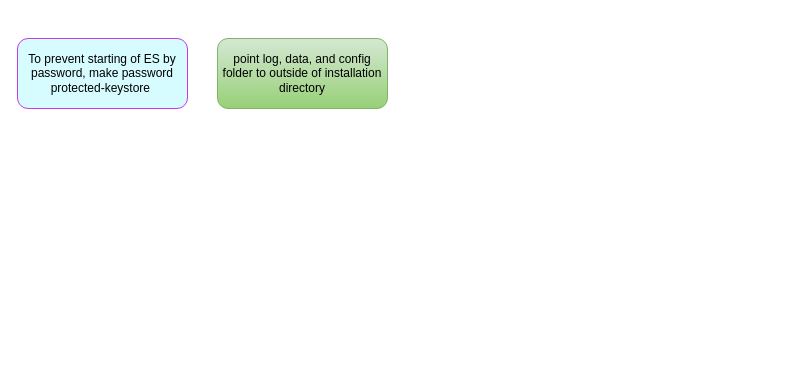
Before: page "Cluster Process" (2 of 9) of My Articles/elastic stack/ElasticSearch setup and configuration.drawio in paramothers/books, a draw.io diagram. Source tidied: cells renumbered, new cells numbered last; positions are measured from the earlier drawing's top-left corner, leaving out a move shared by most shapes. Both pictures are drawn from the tidied source at 100%, with x=0, y=0 at pixel (17, 38).
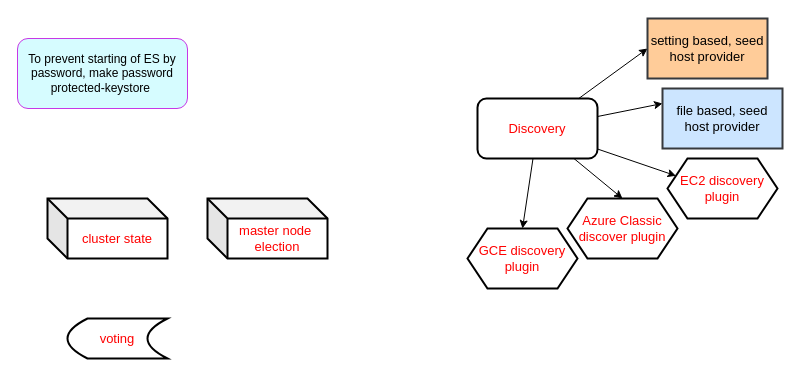
Above is the later version.

The edit, as a diff of the source:
```diff
@@
 <mxGraphModel>
   <root>
     <mxCell id="0" />
     <mxCell id="1" parent="0" />
     <mxCell id="2" value="To prevent starting of ES by password, make password protected-keystore&amp;nbsp;" style="rounded=1;whiteSpace=wrap;html=1;strokeColor=#C738E6;strokeWidth=1;fillColor=#D6FCFF;" parent="1" vertex="1">
       <mxGeometry width="170" height="70" as="geometry" />
     </mxCell>
-    <mxCell id="3" value="point log, data, and config folder to outside of installation directory" style="rounded=1;whiteSpace=wrap;html=1;strokeColor=#82b366;strokeWidth=1;fillColor=#d5e8d4;gradientColor=#97d077;" parent="1" vertex="1">
-      <mxGeometry x="200" width="170" height="70" as="geometry" />
-    </mxCell>
+    <mxCell id="4" style="edgeStyle=none;rounded=0;jettySize=auto;html=1;entryX=0;entryY=0.5;entryDx=0;entryDy=0;startArrow=none;startFill=0;strokeColor=#000000;strokeWidth=1;fontSize=13;fontColor=#FF0000;" parent="1" edge="1" source="9" target="10">
+      <mxGeometry relative="1" as="geometry" />
+    </mxCell>
+    <mxCell id="5" style="edgeStyle=none;rounded=0;jettySize=auto;html=1;entryX=0;entryY=0.25;entryDx=0;entryDy=0;startArrow=none;startFill=0;strokeColor=#000000;strokeWidth=1;fontSize=13;fontColor=#FF0000;" parent="1" edge="1" source="9" target="11">
+      <mxGeometry relative="1" as="geometry" />
+    </mxCell>
+    <mxCell id="6" style="edgeStyle=none;rounded=0;jettySize=auto;html=1;entryX=0;entryY=0.25;entryDx=0;entryDy=0;startArrow=none;startFill=0;strokeColor=#000000;strokeWidth=1;fontSize=13;fontColor=#FF0000;" parent="1" edge="1" source="9" target="12">
+      <mxGeometry relative="1" as="geometry" />
+    </mxCell>
+    <mxCell id="7" style="edgeStyle=none;rounded=0;jettySize=auto;html=1;entryX=0.5;entryY=0;entryDx=0;entryDy=0;startArrow=none;startFill=0;strokeColor=#000000;strokeWidth=1;fontSize=13;fontColor=#FF0000;" parent="1" edge="1" source="9" target="13">
+      <mxGeometry relative="1" as="geometry" />
+    </mxCell>
+    <mxCell id="8" style="edgeStyle=none;rounded=0;jettySize=auto;html=1;entryX=0.5;entryY=0;entryDx=0;entryDy=0;startArrow=none;startFill=0;strokeColor=#000000;strokeWidth=1;fontSize=13;fontColor=#FF0000;" parent="1" edge="1" source="9" target="14">
+      <mxGeometry relative="1" as="geometry" />
+    </mxCell>
+    <mxCell id="9" value="Discovery" style="rounded=1;whiteSpace=wrap;html=1;labelBackgroundColor=none;strokeColor=#000000;strokeWidth=2;fillColor=none;fontSize=13;fontColor=#FF0000;" parent="1" vertex="1">
+      <mxGeometry x="460" y="60" width="120" height="60" as="geometry" />
+    </mxCell>
+    <mxCell id="10" value="setting based, seed host provider" style="rounded=0;whiteSpace=wrap;html=1;labelBackgroundColor=none;strokeColor=#36393d;strokeWidth=2;fillColor=#ffcc99;fontSize=13;" parent="1" vertex="1">
+      <mxGeometry x="630" y="-20" width="120" height="60" as="geometry" />
+    </mxCell>
+    <mxCell id="11" value="file based, seed host provider" style="rounded=0;whiteSpace=wrap;html=1;labelBackgroundColor=none;strokeColor=#36393d;strokeWidth=2;fillColor=#cce5ff;fontSize=13;" parent="1" vertex="1">
+      <mxGeometry x="645" y="50" width="120" height="60" as="geometry" />
+    </mxCell>
+    <mxCell id="12" value="EC2 discovery plugin" style="shape=hexagon;perimeter=hexagonPerimeter2;whiteSpace=wrap;html=1;fixedSize=1;labelBackgroundColor=none;strokeColor=#000000;strokeWidth=2;fillColor=none;fontSize=13;fontColor=#FF0000;" parent="1" vertex="1">
+      <mxGeometry x="650" y="120" width="110" height="60" as="geometry" />
+    </mxCell>
+    <mxCell id="13" value="Azure Classic discover plugin" style="shape=hexagon;perimeter=hexagonPerimeter2;whiteSpace=wrap;html=1;fixedSize=1;labelBackgroundColor=none;strokeColor=#000000;strokeWidth=2;fillColor=none;fontSize=13;fontColor=#FF0000;" parent="1" vertex="1">
+      <mxGeometry x="550" y="160" width="110" height="60" as="geometry" />
+    </mxCell>
+    <mxCell id="14" value="GCE discovery plugin" style="shape=hexagon;perimeter=hexagonPerimeter2;whiteSpace=wrap;html=1;fixedSize=1;labelBackgroundColor=none;strokeColor=#000000;strokeWidth=2;fillColor=none;fontSize=13;fontColor=#FF0000;" parent="1" vertex="1">
+      <mxGeometry x="450" y="190" width="110" height="60" as="geometry" />
+    </mxCell>
+    <mxCell id="15" value="cluster state" style="shape=cube;whiteSpace=wrap;html=1;boundedLbl=1;backgroundOutline=1;darkOpacity=0.05;darkOpacity2=0.1;labelBackgroundColor=none;strokeColor=#000000;strokeWidth=2;fillColor=none;fontSize=13;fontColor=#FF0000;" parent="1" vertex="1">
+      <mxGeometry x="30" y="160" width="120" height="60" as="geometry" />
+    </mxCell>
+    <mxCell id="16" value="master node&amp;nbsp; election" style="shape=cube;whiteSpace=wrap;html=1;boundedLbl=1;backgroundOutline=1;darkOpacity=0.05;darkOpacity2=0.1;labelBackgroundColor=none;strokeColor=#000000;strokeWidth=2;fillColor=none;fontSize=13;fontColor=#FF0000;" parent="1" vertex="1">
+      <mxGeometry x="190" y="160" width="120" height="60" as="geometry" />
+    </mxCell>
+    <mxCell id="17" value="voting" style="shape=dataStorage;whiteSpace=wrap;html=1;fixedSize=1;labelBackgroundColor=none;strokeColor=#000000;strokeWidth=2;fillColor=none;fontSize=13;fontColor=#FF0000;" parent="1" vertex="1">
+      <mxGeometry x="50" y="280" width="100" height="40" as="geometry" />
+    </mxCell>
   </root>
 </mxGraphModel>
```
